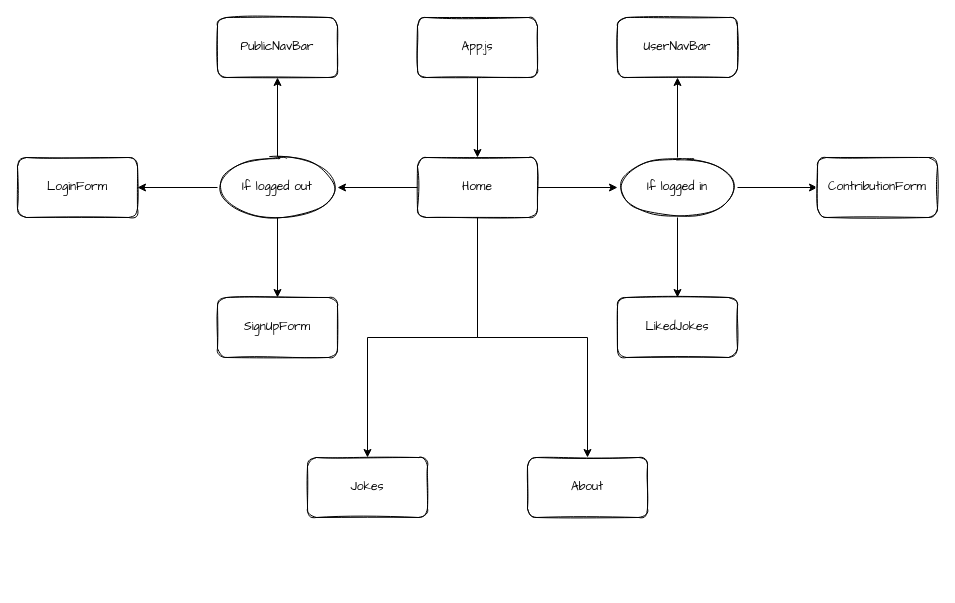
Earlier version of the draw.io diagram component-hierarchy-diagram.drawio (benjaminobambino/good-dad-bad-jokes). Source tidied: cells renumbered, new cells numbered last; positions are measured from the earlier drawing's top-left corner, leaving out a move shared by most shapes. Both pictures are drawn from the tidied source at 100%, with x=0, y=0 at pixel (17, 17).
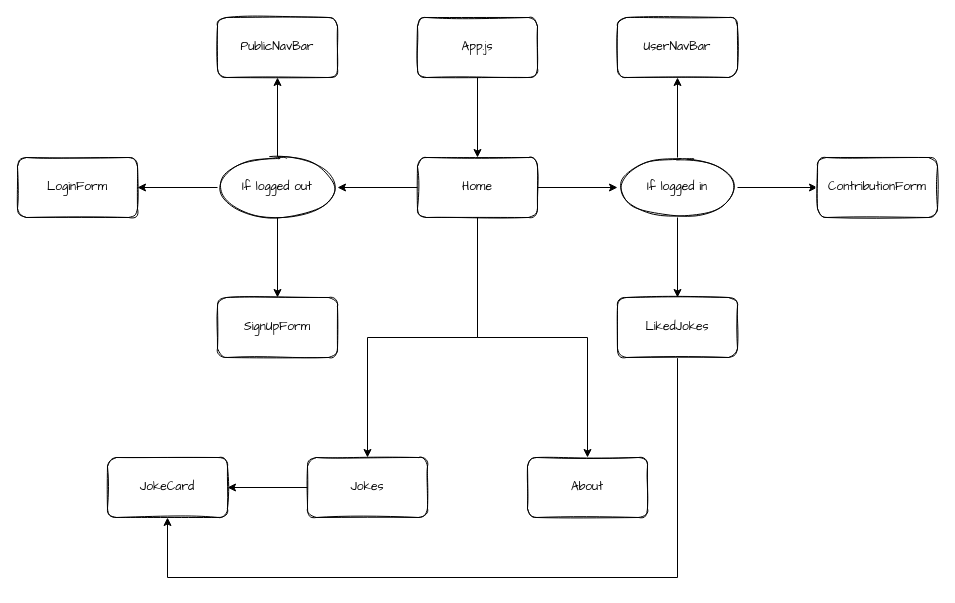
The same page after the edit.

Commit message:
Update component-hierarchy-diagram with JokeCard

Unchanged cells that the change refers to:
```xml
<mxCell id="19" value="Jokes" style="rounded=1;whiteSpace=wrap;html=1;sketch=1;fontFamily=Comic Sans MS;" parent="1" vertex="1">
  <mxGeometry x="290" y="440" width="120" height="60" as="geometry" />
</mxCell>
<mxCell id="23" value="LikedJokes" style="whiteSpace=wrap;html=1;fontFamily=Comic Sans MS;rounded=1;sketch=1;" parent="1" vertex="1">
  <mxGeometry x="600" y="280" width="120" height="60" as="geometry" />
</mxCell>
```

Diff of the diagram source:
```diff
@@
+    <mxCell id="25" style="edgeStyle=orthogonalEdgeStyle;rounded=0;jettySize=auto;html=1;" parent="1" edge="1" source="19" target="27">
+      <mxGeometry relative="1" as="geometry" />
+    </mxCell>
@@
+    <mxCell id="26" style="edgeStyle=orthogonalEdgeStyle;rounded=0;jettySize=auto;html=1;entryX=0.5;entryY=1;entryDx=0;entryDy=0;" parent="1" edge="1" source="23" target="27">
+      <mxGeometry relative="1" as="geometry">
+        <Array as="points">
+          <mxPoint x="660" y="560" />
+          <mxPoint x="150" y="560" />
+        </Array>
+      </mxGeometry>
+    </mxCell>
@@
+    <mxCell id="27" value="JokeCard" style="rounded=1;whiteSpace=wrap;html=1;sketch=1;fontFamily=Comic Sans MS;" parent="1" vertex="1">
+      <mxGeometry x="90" y="440" width="120" height="60" as="geometry" />
+    </mxCell>
```
